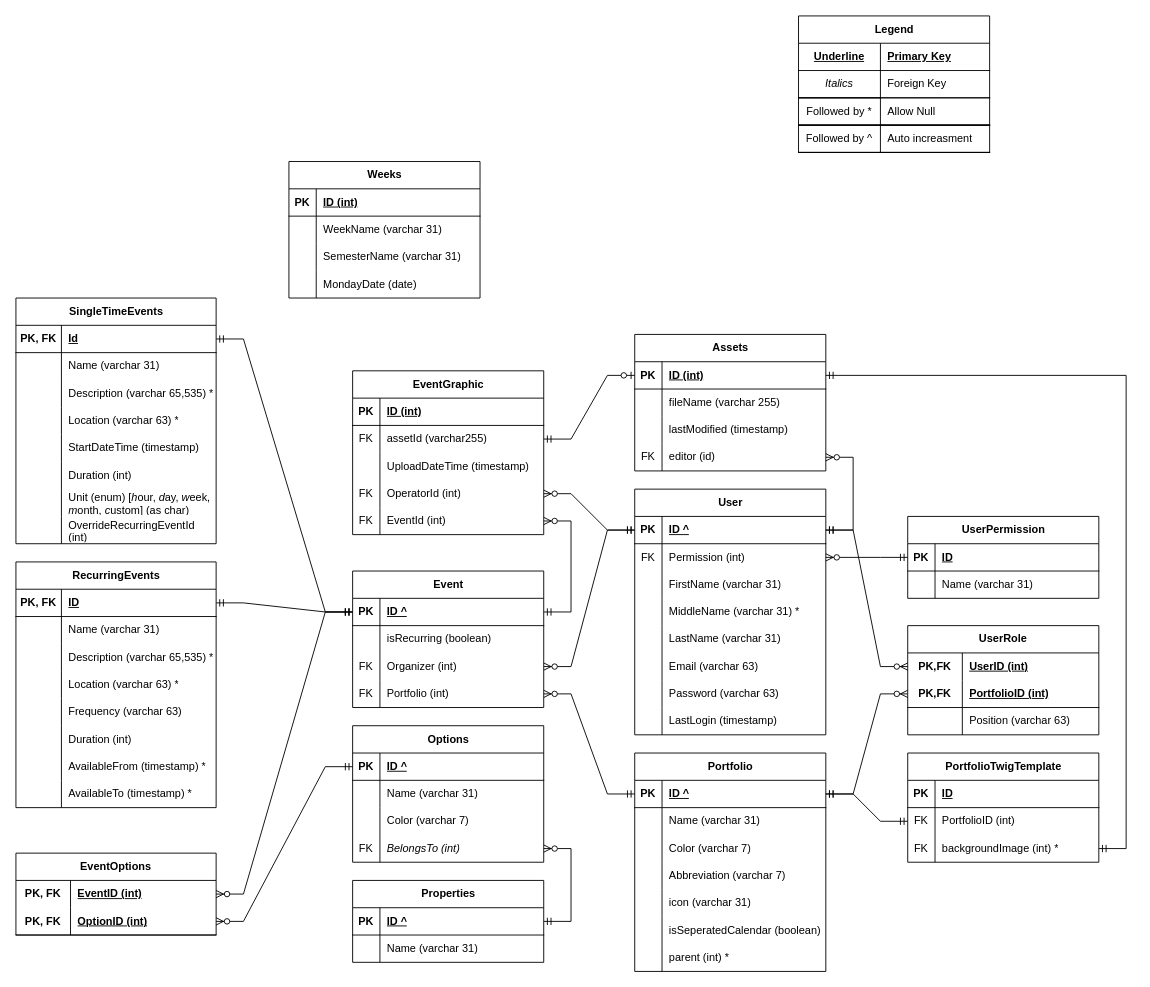
This is design/eTWIG.ER.drawio from stewebb/eTWIG, a draw.io file, before an edit. Source tidied: cells renumbered, new cells numbered last; positions are measured from the earlier drawing's top-left corner, leaving out a move shared by most shapes. Both pictures are drawn from the tidied source at 91%, with x=0, y=0 at pixel (15, 15).
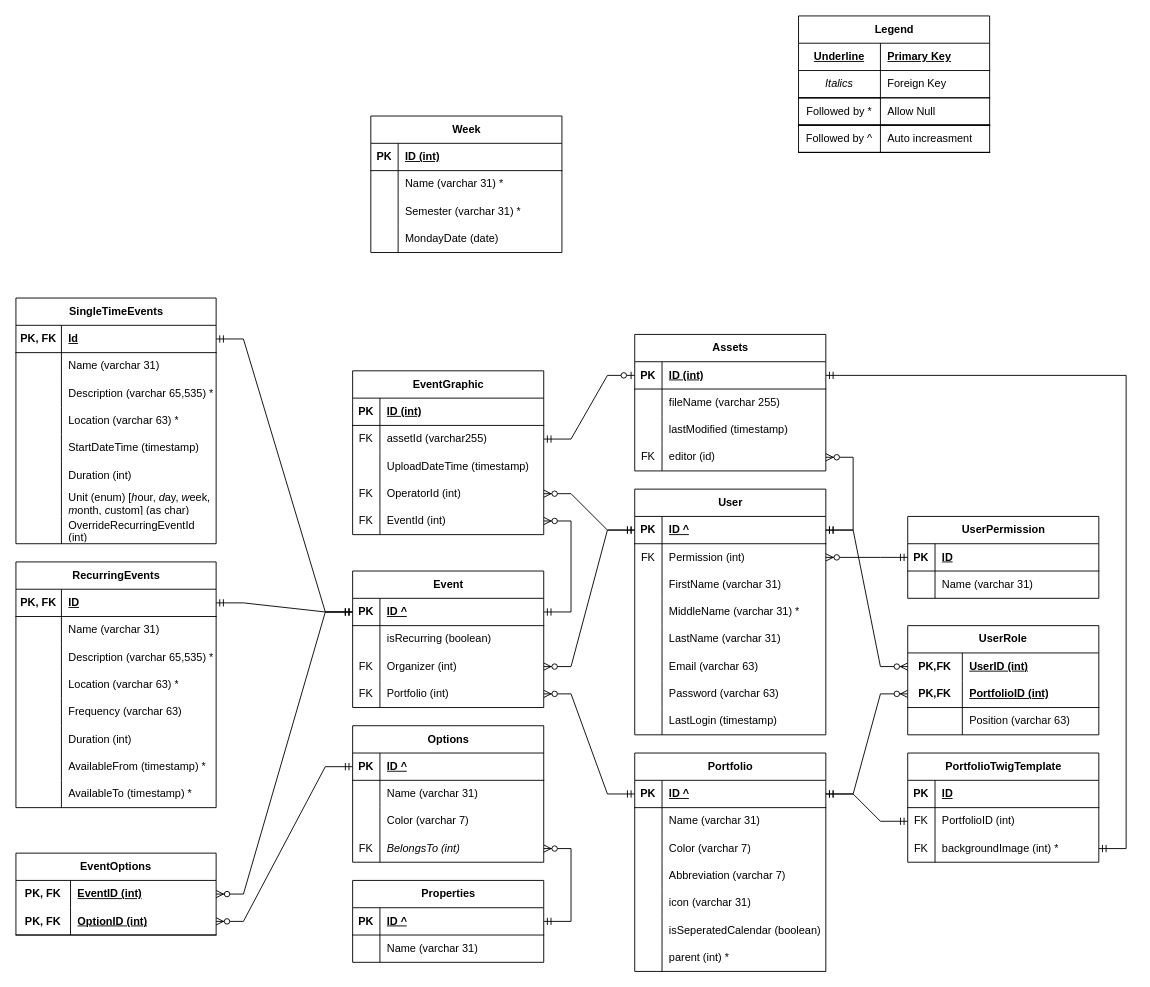
After the change.

Commit message (it also covers changes not shown here):
Better TWIG filter UI

The change refers to these unchanged cells:
```xml
<mxCell id="6" style="shape=tableRow;horizontal=0;startSize=0;swimlaneHead=0;swimlaneBody=0;fillColor=none;top=0;left=0;right=0;bottom=0;" parent="2" vertex="1">
  <mxGeometry y="60" width="210" height="30" as="geometry" />
</mxCell>
<mxCell id="9" style="shape=tableRow;horizontal=0;startSize=0;swimlaneHead=0;swimlaneBody=0;fillColor=none;top=0;left=0;right=0;bottom=0;" parent="2" vertex="1">
  <mxGeometry y="90" width="210" height="30" as="geometry" />
</mxCell>
```

Diff of the diagram source:
```diff
@@
-    <mxCell id="2" value="Weeks" style="shape=table;startSize=30;childLayout=tableLayout;rowLines=0;fontStyle=1;align=center;html=1;" parent="1" vertex="1">
-      <mxGeometry x="300" y="160" width="210" height="150" as="geometry" />
+    <mxCell id="2" value="Week" style="shape=table;startSize=30;childLayout=tableLayout;rowLines=0;fontStyle=1;align=center;html=1;" parent="1" vertex="1">
+      <mxGeometry x="390" y="110" width="210" height="150" as="geometry" />
     </mxCell>
@@
-    <mxCell id="8" value="WeekName (varchar 31)" style="shape=partialRectangle;fillColor=none;top=0;left=0;bottom=0;right=0;align=left;spacingLeft=6;overflow=hidden;whiteSpace=wrap;html=1;" parent="6" vertex="1">
+    <mxCell id="8" value="Name (varchar 31) *" style="shape=partialRectangle;fillColor=none;top=0;left=0;bottom=0;right=0;align=left;spacingLeft=6;overflow=hidden;whiteSpace=wrap;html=1;" parent="6" vertex="1">
       <mxGeometry x="30" width="180" height="30" as="geometry" />
     </mxCell>
@@
-    <mxCell id="11" value="SemesterName (varchar 31)" style="shape=partialRectangle;fillColor=none;top=0;left=0;bottom=0;right=0;align=left;spacingLeft=6;overflow=hidden;whiteSpace=wrap;html=1;" parent="9" vertex="1">
+    <mxCell id="11" value="Semester (varchar 31) *" style="shape=partialRectangle;fillColor=none;top=0;left=0;bottom=0;right=0;align=left;spacingLeft=6;overflow=hidden;whiteSpace=wrap;html=1;" parent="9" vertex="1">
       <mxGeometry x="30" width="180" height="30" as="geometry" />
     </mxCell>
```
